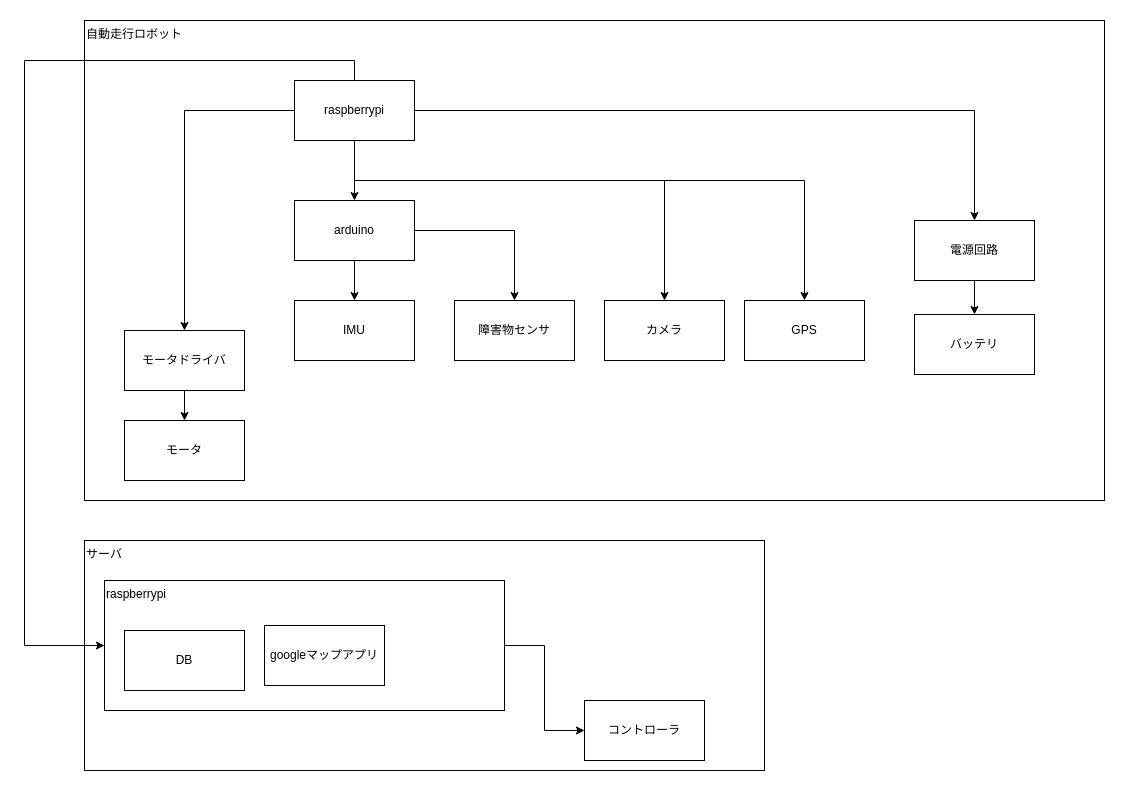
The draw.io diagram docs/システム構成図.drawio in moca0511/-, before the edit. Source tidied: cells renumbered, new cells numbered last; positions are measured from the earlier drawing's top-left corner, leaving out a move shared by most shapes. Both pictures are drawn from the tidied source at 100%, with x=0, y=0 at pixel (24, 20).
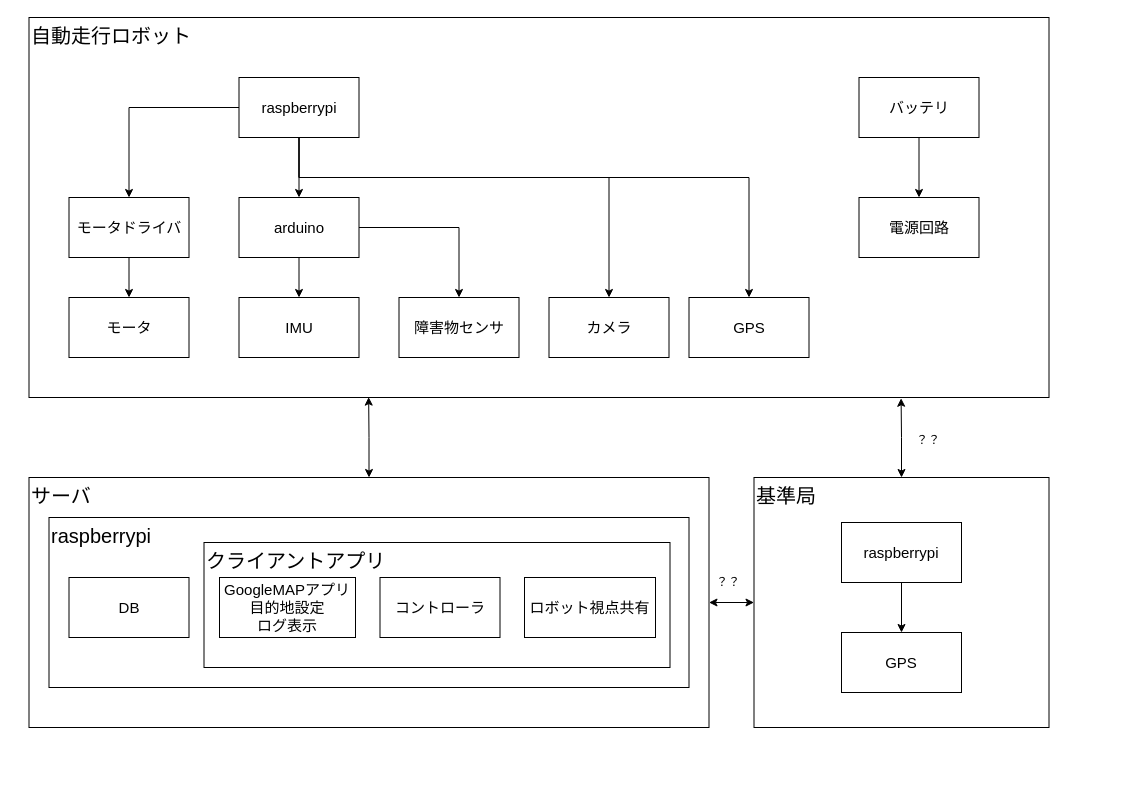
Above is the later version.

Commit message:
システム構成図更新

The edit, as a diff of the source:
```diff
@@
-    <mxCell id="2" value="自動走行ロボット" style="rounded=0;whiteSpace=wrap;html=1;labelBackgroundColor=none;fillColor=none;align=left;verticalAlign=top;" parent="1" vertex="1">
-      <mxGeometry x="60" width="1020" height="480" as="geometry" />
+    <mxCell id="2" value="&lt;font style=&quot;font-size: 20px&quot;&gt;自動走行ロボット&lt;/font&gt;" style="rounded=0;whiteSpace=wrap;html=1;labelBackgroundColor=none;fillColor=none;align=left;verticalAlign=top;" parent="1" vertex="1">
+      <mxGeometry x="4.5" y="-3" width="1020" height="380" as="geometry" />
     </mxCell>
@@
-    <mxCell id="4" value="モータドライバ" style="rounded=0;whiteSpace=wrap;html=1;labelBackgroundColor=none;fillColor=none;" parent="1" vertex="1">
-      <mxGeometry x="100" y="310" width="120" height="60" as="geometry" />
+    <mxCell id="4" value="モータドライバ" style="rounded=0;whiteSpace=wrap;html=1;labelBackgroundColor=none;fillColor=none;fontSize=15;" parent="1" vertex="1">
+      <mxGeometry x="44.5" y="177" width="120" height="60" as="geometry" />
     </mxCell>
-    <mxCell id="5" value="モータ" style="rounded=0;whiteSpace=wrap;html=1;labelBackgroundColor=none;fillColor=none;" parent="1" vertex="1">
-      <mxGeometry x="100" y="400" width="120" height="60" as="geometry" />
+    <mxCell id="5" value="モータ" style="rounded=0;whiteSpace=wrap;html=1;labelBackgroundColor=none;fillColor=none;fontSize=15;" parent="1" vertex="1">
+      <mxGeometry x="44.5" y="277" width="120" height="60" as="geometry" />
     </mxCell>
@@
-    <mxCell id="8" style="edgeStyle=orthogonalEdgeStyle;rounded=0;jettySize=auto;html=1;exitX=0.5;exitY=0;exitDx=0;exitDy=0;entryX=0;entryY=0.5;entryDx=0;entryDy=0;" parent="1" edge="1" source="12" target="20">
-      <mxGeometry relative="1" as="geometry">
-        <Array as="points">
-          <mxPoint x="330" y="40" />
-          <mxPoint y="40" />
-          <mxPoint y="625" />
-        </Array>
-      </mxGeometry>
-    </mxCell>
     <mxCell id="9" style="edgeStyle=orthogonalEdgeStyle;rounded=0;jettySize=auto;html=1;exitX=0.5;exitY=1;exitDx=0;exitDy=0;entryX=0.5;entryY=0;entryDx=0;entryDy=0;" parent="1" edge="1" source="12" target="22">
       <mxGeometry relative="1" as="geometry">
         <Array as="points">
-          <mxPoint x="330" y="160" />
-          <mxPoint x="640" y="160" />
+          <mxPoint x="274.5" y="157" />
+          <mxPoint x="584.5" y="157" />
         </Array>
       </mxGeometry>
     </mxCell>
     <mxCell id="10" style="edgeStyle=orthogonalEdgeStyle;rounded=0;jettySize=auto;html=1;exitX=0.5;exitY=1;exitDx=0;exitDy=0;entryX=0.5;entryY=0;entryDx=0;entryDy=0;" parent="1" edge="1" source="12" target="23">
       <mxGeometry relative="1" as="geometry">
         <Array as="points">
-          <mxPoint x="330" y="160" />
-          <mxPoint x="780" y="160" />
+          <mxPoint x="274.5" y="157" />
+          <mxPoint x="724.5" y="157" />
         </Array>
       </mxGeometry>
     </mxCell>
-    <mxCell id="11" style="edgeStyle=orthogonalEdgeStyle;rounded=0;jettySize=auto;html=1;exitX=1;exitY=0.5;exitDx=0;exitDy=0;entryX=0.5;entryY=0;entryDx=0;entryDy=0;" parent="1" edge="1" source="12" target="25">
-      <mxGeometry relative="1" as="geometry" />
-    </mxCell>
-    <mxCell id="12" value="raspberrypi" style="rounded=0;whiteSpace=wrap;html=1;labelBackgroundColor=none;fillColor=none;" parent="1" vertex="1">
-      <mxGeometry x="270" y="60" width="120" height="60" as="geometry" />
+    <mxCell id="12" value="&lt;font style=&quot;font-size: 15px&quot;&gt;raspberrypi&lt;/font&gt;" style="rounded=0;whiteSpace=wrap;html=1;labelBackgroundColor=none;fillColor=none;" parent="1" vertex="1">
+      <mxGeometry x="214.5" y="57" width="120" height="60" as="geometry" />
     </mxCell>
@@
-    <mxCell id="15" value="arduino" style="rounded=0;whiteSpace=wrap;html=1;labelBackgroundColor=none;fillColor=none;" parent="1" vertex="1">
-      <mxGeometry x="270" y="180" width="120" height="60" as="geometry" />
+    <mxCell id="15" value="arduino" style="rounded=0;whiteSpace=wrap;html=1;labelBackgroundColor=none;fillColor=none;fontSize=15;" parent="1" vertex="1">
+      <mxGeometry x="214.5" y="177" width="120" height="60" as="geometry" />
     </mxCell>
-    <mxCell id="16" value="IMU" style="rounded=0;whiteSpace=wrap;html=1;labelBackgroundColor=none;fillColor=none;" parent="1" vertex="1">
-      <mxGeometry x="270" y="280" width="120" height="60" as="geometry" />
+    <mxCell id="16" value="IMU" style="rounded=0;whiteSpace=wrap;html=1;labelBackgroundColor=none;fillColor=none;fontSize=15;" parent="1" vertex="1">
+      <mxGeometry x="214.5" y="277" width="120" height="60" as="geometry" />
     </mxCell>
-    <mxCell id="17" value="障害物センサ" style="rounded=0;whiteSpace=wrap;html=1;labelBackgroundColor=none;fillColor=none;" parent="1" vertex="1">
-      <mxGeometry x="430" y="280" width="120" height="60" as="geometry" />
+    <mxCell id="17" value="障害物センサ" style="rounded=0;whiteSpace=wrap;html=1;labelBackgroundColor=none;fillColor=none;fontSize=15;" parent="1" vertex="1">
+      <mxGeometry x="374.5" y="277" width="120" height="60" as="geometry" />
     </mxCell>
+    <mxCell id="31" style="edgeStyle=orthogonalEdgeStyle;rounded=0;jettySize=auto;html=1;exitX=0.5;exitY=0;exitDx=0;exitDy=0;startArrow=classic;startFill=1;endArrow=classic;endFill=1;entryX=0.333;entryY=0.999;entryDx=0;entryDy=0;entryPerimeter=0;" parent="1" edge="1" source="18" target="2">
+      <mxGeometry relative="1" as="geometry" />
+    </mxCell>
-    <mxCell id="18" value="サーバ" style="rounded=0;whiteSpace=wrap;html=1;labelBackgroundColor=none;fillColor=none;align=left;verticalAlign=top;" parent="1" vertex="1">
-      <mxGeometry x="60" y="520" width="680" height="230" as="geometry" />
+    <mxCell id="18" value="&lt;font style=&quot;font-size: 20px&quot;&gt;サーバ&lt;/font&gt;" style="rounded=0;whiteSpace=wrap;html=1;labelBackgroundColor=none;fillColor=none;align=left;verticalAlign=top;" parent="1" vertex="1">
+      <mxGeometry x="4.5" y="457" width="680" height="250" as="geometry" />
     </mxCell>
-    <mxCell id="19" style="edgeStyle=orthogonalEdgeStyle;rounded=0;jettySize=auto;html=1;" parent="1" edge="1" source="20" target="21">
-      <mxGeometry relative="1" as="geometry" />
-    </mxCell>
-    <mxCell id="20" value="raspberrypi" style="rounded=0;whiteSpace=wrap;html=1;labelBackgroundColor=none;fillColor=none;align=left;verticalAlign=top;" parent="1" vertex="1">
-      <mxGeometry x="80" y="560" width="400" height="130" as="geometry" />
+    <mxCell id="20" value="&lt;font style=&quot;font-size: 20px&quot;&gt;raspberrypi&lt;/font&gt;" style="rounded=0;whiteSpace=wrap;html=1;labelBackgroundColor=none;fillColor=none;align=left;verticalAlign=top;" parent="1" vertex="1">
+      <mxGeometry x="24.5" y="497" width="640" height="170" as="geometry" />
     </mxCell>
-    <mxCell id="21" value="コントローラ" style="rounded=0;whiteSpace=wrap;html=1;labelBackgroundColor=none;fillColor=none;" parent="1" vertex="1">
-      <mxGeometry x="560" y="680" width="120" height="60" as="geometry" />
-    </mxCell>
-    <mxCell id="22" value="カメラ" style="rounded=0;whiteSpace=wrap;html=1;labelBackgroundColor=none;fillColor=none;align=center;" parent="1" vertex="1">
-      <mxGeometry x="580" y="280" width="120" height="60" as="geometry" />
+    <mxCell id="22" value="カメラ" style="rounded=0;whiteSpace=wrap;html=1;labelBackgroundColor=none;fillColor=none;align=center;fontSize=15;" parent="1" vertex="1">
+      <mxGeometry x="524.5" y="277" width="120" height="60" as="geometry" />
     </mxCell>
-    <mxCell id="23" value="GPS" style="rounded=0;whiteSpace=wrap;html=1;labelBackgroundColor=none;fillColor=none;align=center;" parent="1" vertex="1">
-      <mxGeometry x="720" y="280" width="120" height="60" as="geometry" />
+    <mxCell id="23" value="GPS" style="rounded=0;whiteSpace=wrap;html=1;labelBackgroundColor=none;fillColor=none;align=center;fontSize=15;" parent="1" vertex="1">
+      <mxGeometry x="664.5" y="277" width="120" height="60" as="geometry" />
     </mxCell>
-    <mxCell id="24" style="edgeStyle=orthogonalEdgeStyle;rounded=0;jettySize=auto;html=1;exitX=0.5;exitY=1;exitDx=0;exitDy=0;entryX=0.5;entryY=0;entryDx=0;entryDy=0;" parent="1" edge="1" source="25" target="26">
-      <mxGeometry relative="1" as="geometry" />
-    </mxCell>
-    <mxCell id="25" value="電源回路" style="rounded=0;whiteSpace=wrap;html=1;labelBackgroundColor=none;fillColor=none;align=center;" parent="1" vertex="1">
-      <mxGeometry x="890" y="200" width="120" height="60" as="geometry" />
+    <mxCell id="25" value="電源回路" style="rounded=0;whiteSpace=wrap;html=1;labelBackgroundColor=none;fillColor=none;align=center;fontSize=15;" parent="1" vertex="1">
+      <mxGeometry x="834.5" y="177" width="120" height="60" as="geometry" />
     </mxCell>
+    <mxCell id="32" style="edgeStyle=orthogonalEdgeStyle;rounded=0;jettySize=auto;html=1;exitX=0.5;exitY=1;exitDx=0;exitDy=0;startArrow=none;startFill=0;endArrow=classic;endFill=1;" parent="1" edge="1" source="26" target="25">
+      <mxGeometry relative="1" as="geometry" />
+    </mxCell>
-    <mxCell id="26" value="バッテリ" style="rounded=0;whiteSpace=wrap;html=1;labelBackgroundColor=none;fillColor=none;align=center;" parent="1" vertex="1">
-      <mxGeometry x="890" y="294" width="120" height="60" as="geometry" />
+    <mxCell id="26" value="バッテリ" style="rounded=0;whiteSpace=wrap;html=1;labelBackgroundColor=none;fillColor=none;align=center;fontSize=15;" parent="1" vertex="1">
+      <mxGeometry x="834.5" y="57" width="120" height="60" as="geometry" />
     </mxCell>
-    <mxCell id="27" value="DB" style="rounded=0;whiteSpace=wrap;html=1;labelBackgroundColor=none;fillColor=none;align=center;" parent="1" vertex="1">
-      <mxGeometry x="100" y="610" width="120" height="60" as="geometry" />
+    <mxCell id="27" value="DB" style="rounded=0;whiteSpace=wrap;html=1;labelBackgroundColor=none;fillColor=none;align=center;fontSize=15;" parent="1" vertex="1">
+      <mxGeometry x="44.5" y="557" width="120" height="60" as="geometry" />
     </mxCell>
-    <mxCell id="28" style="edgeStyle=orthogonalEdgeStyle;rounded=0;orthogonalLoop=1;jettySize=auto;html=1;exitX=0.5;exitY=1;exitDx=0;exitDy=0;" parent="1" edge="1" source="20" target="20">
-      <mxGeometry relative="1" as="geometry" />
-    </mxCell>
-    <mxCell id="29" style="edgeStyle=orthogonalEdgeStyle;rounded=0;orthogonalLoop=1;jettySize=auto;html=1;exitX=0.5;exitY=1;exitDx=0;exitDy=0;" parent="1" edge="1" source="18" target="18">
-      <mxGeometry relative="1" as="geometry" />
-    </mxCell>
-    <mxCell id="30" value="googleマップアプリ" style="rounded=0;whiteSpace=wrap;html=1;labelBackgroundColor=none;fillColor=none;align=center;" parent="1" vertex="1">
-      <mxGeometry x="240" y="605" width="120" height="60" as="geometry" />
-    </mxCell>
+    <mxCell id="33" value="&lt;font style=&quot;font-size: 20px&quot;&gt;クライアントアプリ&lt;/font&gt;" style="rounded=0;whiteSpace=wrap;html=1;labelBackgroundColor=none;fillColor=none;align=left;verticalAlign=top;" parent="1" vertex="1">
+      <mxGeometry x="179.5" y="522" width="466" height="125" as="geometry" />
+    </mxCell>
+    <mxCell id="34" value="GoogleMAPアプリ&lt;br style=&quot;font-size: 15px;&quot;&gt;目的地設定&lt;br style=&quot;font-size: 15px;&quot;&gt;ログ表示" style="rounded=0;whiteSpace=wrap;html=1;labelBackgroundColor=none;fillColor=none;align=center;fontSize=15;" parent="1" vertex="1">
+      <mxGeometry x="195" y="557" width="136" height="60" as="geometry" />
+    </mxCell>
+    <mxCell id="21" value="コントローラ" style="rounded=0;whiteSpace=wrap;html=1;labelBackgroundColor=none;fillColor=none;align=center;fontSize=15;" parent="1" vertex="1">
+      <mxGeometry x="355.5" y="557" width="120" height="60" as="geometry" />
+    </mxCell>
+    <mxCell id="35" value="ロボット視点共有" style="rounded=0;whiteSpace=wrap;html=1;labelBackgroundColor=none;fillColor=none;align=center;fontSize=15;" parent="1" vertex="1">
+      <mxGeometry x="500" y="557" width="131" height="60" as="geometry" />
+    </mxCell>
+    <mxCell id="36" style="edgeStyle=orthogonalEdgeStyle;rounded=0;jettySize=auto;html=1;exitX=0.5;exitY=0;exitDx=0;exitDy=0;entryX=0.855;entryY=1.002;entryDx=0;entryDy=0;entryPerimeter=0;startArrow=classic;startFill=1;endArrow=classic;endFill=1;" parent="1" edge="1" source="38" target="2">
+      <mxGeometry relative="1" as="geometry" />
+    </mxCell>
+    <mxCell id="37" style="edgeStyle=orthogonalEdgeStyle;rounded=0;jettySize=auto;html=1;exitX=0;exitY=0.5;exitDx=0;exitDy=0;entryX=1;entryY=0.5;entryDx=0;entryDy=0;startArrow=classic;startFill=1;endArrow=classic;endFill=1;" parent="1" edge="1" source="38" target="18">
+      <mxGeometry relative="1" as="geometry" />
+    </mxCell>
+    <mxCell id="38" value="&lt;font style=&quot;font-size: 20px&quot;&gt;基準局&lt;/font&gt;" style="rounded=0;whiteSpace=wrap;html=1;labelBackgroundColor=none;fillColor=none;align=left;verticalAlign=top;" parent="1" vertex="1">
+      <mxGeometry x="729.5" y="457" width="295" height="250" as="geometry" />
+    </mxCell>
+    <mxCell id="39" style="edgeStyle=orthogonalEdgeStyle;rounded=0;jettySize=auto;html=1;exitX=0.5;exitY=1;exitDx=0;exitDy=0;startArrow=none;startFill=0;endArrow=classic;endFill=1;" parent="1" edge="1" source="40" target="41">
+      <mxGeometry relative="1" as="geometry" />
+    </mxCell>
+    <mxCell id="40" value="raspberrypi" style="rounded=0;whiteSpace=wrap;html=1;labelBackgroundColor=none;fillColor=none;fontSize=15;" parent="1" vertex="1">
+      <mxGeometry x="817" y="502" width="120" height="60" as="geometry" />
+    </mxCell>
+    <mxCell id="41" value="GPS" style="rounded=0;whiteSpace=wrap;html=1;labelBackgroundColor=none;fillColor=none;align=center;fontSize=15;" parent="1" vertex="1">
+      <mxGeometry x="817" y="612" width="120" height="60" as="geometry" />
+    </mxCell>
+    <mxCell id="42" value="？？&lt;br&gt;" style="text;html=1;align=left;verticalAlign=top;spacingTop=-4;" parent="1" vertex="1">
+      <mxGeometry x="890" y="410" width="40" height="20" as="geometry" />
+    </mxCell>
+    <mxCell id="43" value="？？&lt;br&gt;" style="text;html=1;align=left;verticalAlign=top;spacingTop=-4;" parent="1" vertex="1">
+      <mxGeometry x="689.5" y="552" width="40" height="20" as="geometry" />
+    </mxCell>
```
